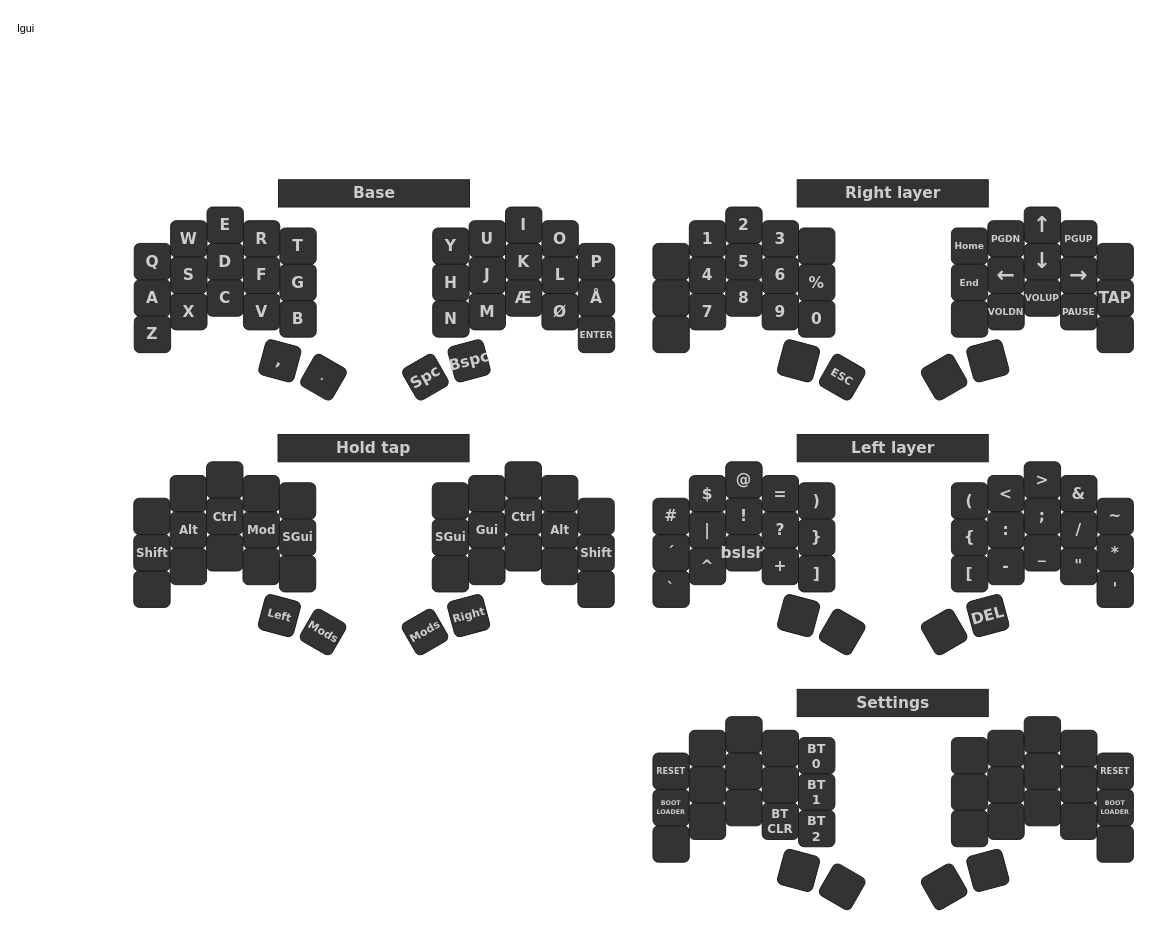
The draw.io diagram keymap.drawio in SofusA/zmk-config, before the edit. Source tidied: cells renumbered, new cells numbered last; positions are measured from the earlier drawing's top-left corner, leaving out a move shared by most shapes. Both pictures are drawn from the tidied source at 91%, with x=0, y=0 at pixel (15, 15).
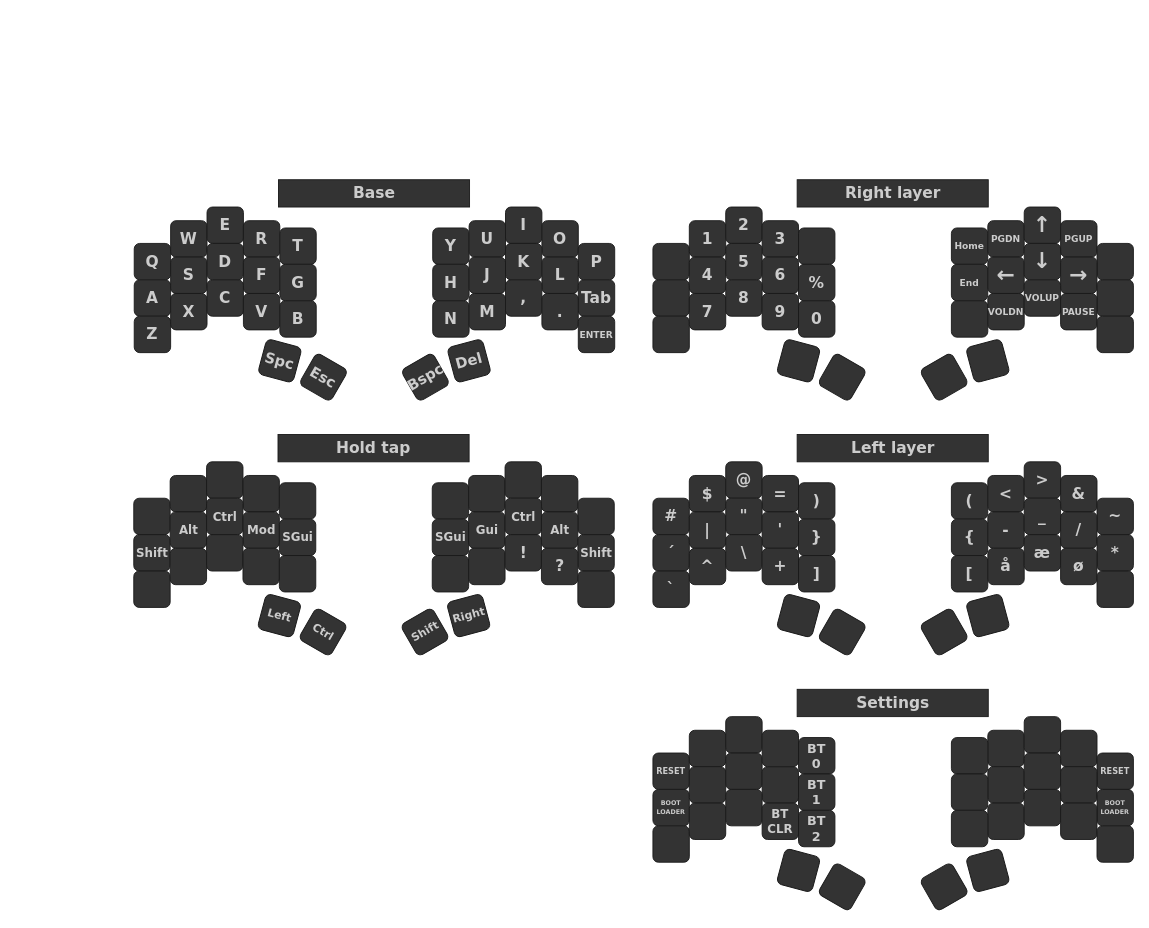
The same diagram, later.

Commit message (it also covers changes not shown here):
comma dot back

The edit, as a diff of the source:
```diff
@@
-    <mxCell id="17" value="," style="whiteSpace=wrap;html=1;rotation=15;fontSize=17;fontFamily=Verdana;fontStyle=1;fillColor=#333333;strokeColor=#1A1A1A;fontColor=#CCCCCC;rounded=1;" parent="1" vertex="1">
+    <mxCell id="17" value="Spc" style="whiteSpace=wrap;html=1;rotation=15;fontSize=16;fontFamily=Verdana;fontStyle=1;fillColor=#333333;strokeColor=#1A1A1A;fontColor=#CCCCCC;rounded=1;" parent="1" vertex="1">
       <mxGeometry x="270" y="359" width="40" height="40" as="geometry" />
     </mxCell>
-    <mxCell id="18" value="." style="whiteSpace=wrap;html=1;rotation=30;fontSize=12;fontFamily=Verdana;fontStyle=1;fontColor=#CCCCCC;fillColor=#333333;rounded=1;strokeColor=#1A1A1A;" parent="1" vertex="1">
+    <mxCell id="18" value="Esc" style="whiteSpace=wrap;html=1;rotation=30;fontSize=16;fontFamily=Verdana;fontStyle=1;fontColor=#CCCCCC;fillColor=#333333;rounded=1;strokeColor=#1A1A1A;" parent="1" vertex="1">
       <mxGeometry x="318" y="377" width="40" height="40" as="geometry" />
     </mxCell>
@@
-    <mxCell id="28" value="Å" style="whiteSpace=wrap;html=1;fontSize=17;fontFamily=Verdana;fontStyle=1;fontColor=#CCCCCC;fillColor=#333333;rounded=1;strokeColor=#1A1A1A;" parent="1" vertex="1">
+    <mxCell id="28" value="Tab" style="whiteSpace=wrap;html=1;fontSize=17;fontFamily=Verdana;fontStyle=1;fontColor=#CCCCCC;fillColor=#333333;rounded=1;strokeColor=#1A1A1A;" parent="1" vertex="1">
       <mxGeometry x="618" y="290" width="40" height="40" as="geometry" />
     </mxCell>
@@
-    <mxCell id="31" value="Æ" style="whiteSpace=wrap;html=1;fontSize=17;fontFamily=Verdana;fontStyle=1;fontColor=#CCCCCC;fillColor=#333333;rounded=1;strokeColor=#1A1A1A;" parent="1" vertex="1">
+    <mxCell id="31" value="," style="whiteSpace=wrap;html=1;fontSize=17;fontFamily=Verdana;fontStyle=1;fontColor=#CCCCCC;fillColor=#333333;rounded=1;strokeColor=#1A1A1A;" parent="1" vertex="1">
       <mxGeometry x="538" y="290" width="40" height="40" as="geometry" />
     </mxCell>
-    <mxCell id="32" value="Ø" style="whiteSpace=wrap;html=1;fontSize=17;fontFamily=Verdana;fontStyle=1;fontColor=#CCCCCC;fillColor=#333333;rounded=1;strokeColor=#1A1A1A;" parent="1" vertex="1">
+    <mxCell id="32" value="." style="whiteSpace=wrap;html=1;fontSize=17;fontFamily=Verdana;fontStyle=1;fontColor=#CCCCCC;fillColor=#333333;rounded=1;strokeColor=#1A1A1A;" parent="1" vertex="1">
       <mxGeometry x="578" y="305" width="40" height="40" as="geometry" />
     </mxCell>
@@
-    <mxCell id="34" value="Spc" style="whiteSpace=wrap;html=1;rotation=-30;fontSize=17;fontFamily=Verdana;fontStyle=1;fontColor=#CCCCCC;fillColor=#333333;rounded=1;strokeColor=#1A1A1A;" parent="1" vertex="1">
+    <mxCell id="34" value="Bspc" style="whiteSpace=wrap;html=1;rotation=-30;fontSize=16;fontFamily=Verdana;fontStyle=1;fontColor=#CCCCCC;fillColor=#333333;rounded=1;strokeColor=#1A1A1A;" parent="1" vertex="1">
       <mxGeometry x="430" y="377" width="40" height="40" as="geometry" />
     </mxCell>
-    <mxCell id="35" value="Bspc" style="whiteSpace=wrap;html=1;rotation=-15;fontSize=17;fontFamily=Verdana;fontStyle=1;fillColor=#333333;strokeColor=#1A1A1A;fontColor=#CCCCCC;rounded=1;" parent="1" vertex="1">
+    <mxCell id="35" value="Del" style="whiteSpace=wrap;html=1;rotation=-15;fontSize=16;fontFamily=Verdana;fontStyle=1;fillColor=#333333;strokeColor=#1A1A1A;fontColor=#CCCCCC;rounded=1;" parent="1" vertex="1">
       <mxGeometry x="478" y="359" width="40" height="40" as="geometry" />
     </mxCell>
@@
-    <mxCell id="89" value="ESC" style="whiteSpace=wrap;html=1;rotation=30;fontSize=12;fontFamily=Verdana;fontStyle=1;fontColor=#CCCCCC;fillColor=#333333;rounded=1;strokeColor=#1A1A1A;" parent="1" vertex="1">
+    <mxCell id="89" style="whiteSpace=wrap;html=1;rotation=30;fontSize=12;fontFamily=Verdana;fontStyle=1;fontColor=#CCCCCC;fillColor=#333333;rounded=1;strokeColor=#1A1A1A;" parent="1" vertex="1">
       <mxGeometry x="888" y="377" width="40" height="40" as="geometry" />
     </mxCell>
@@
-    <mxCell id="99" value="TAP" style="whiteSpace=wrap;html=1;fontSize=17;fontFamily=Verdana;fontStyle=1;fontColor=#CCCCCC;fillColor=#333333;rounded=1;strokeColor=#1A1A1A;" parent="1" vertex="1">
+    <mxCell id="99" style="whiteSpace=wrap;html=1;fontSize=17;fontFamily=Verdana;fontStyle=1;fontColor=#CCCCCC;fillColor=#333333;rounded=1;strokeColor=#1A1A1A;" parent="1" vertex="1">
       <mxGeometry x="1188" y="290" width="40" height="40" as="geometry" />
     </mxCell>
@@
-    <mxCell id="115" value="!" style="whiteSpace=wrap;html=1;fontSize=17;fontFamily=Verdana;fontStyle=1;fontColor=#CCCCCC;fillColor=#333333;rounded=1;strokeColor=#1A1A1A;" parent="1" vertex="1">
+    <mxCell id="115" value="&quot;" style="whiteSpace=wrap;html=1;fontSize=17;fontFamily=Verdana;fontStyle=1;fontColor=#CCCCCC;fillColor=#333333;rounded=1;strokeColor=#1A1A1A;" parent="1" vertex="1">
       <mxGeometry x="780" y="530" width="40" height="40" as="geometry" />
     </mxCell>
-    <mxCell id="116" value="?" style="whiteSpace=wrap;html=1;fontSize=17;fontFamily=Verdana;fontStyle=1;fontColor=#CCCCCC;fillColor=#333333;rounded=1;strokeColor=#1A1A1A;" parent="1" vertex="1">
+    <mxCell id="116" value="'" style="whiteSpace=wrap;html=1;fontSize=17;fontFamily=Verdana;fontStyle=1;fontColor=#CCCCCC;fillColor=#333333;rounded=1;strokeColor=#1A1A1A;" parent="1" vertex="1">
       <mxGeometry x="820" y="545" width="40" height="40" as="geometry" />
     </mxCell>
@@
-    <mxCell id="120" value="bslsh" style="whiteSpace=wrap;html=1;fontSize=17;fontFamily=Verdana;fontStyle=1;fontColor=#CCCCCC;fillColor=#333333;rounded=1;strokeColor=#1A1A1A;" parent="1" vertex="1">
+    <mxCell id="120" value="\" style="whiteSpace=wrap;html=1;fontSize=17;fontFamily=Verdana;fontStyle=1;fontColor=#CCCCCC;fillColor=#333333;rounded=1;strokeColor=#1A1A1A;" parent="1" vertex="1">
       <mxGeometry x="780" y="570" width="40" height="40" as="geometry" />
     </mxCell>
@@
-    <mxCell id="131" value=":" style="whiteSpace=wrap;html=1;fontSize=17;fontFamily=Verdana;fontStyle=1;fontColor=#CCCCCC;fillColor=#333333;rounded=1;strokeColor=#1A1A1A;" parent="1" vertex="1">
+    <mxCell id="131" value="-" style="whiteSpace=wrap;html=1;fontSize=17;fontFamily=Verdana;fontStyle=1;fontColor=#CCCCCC;fillColor=#333333;rounded=1;strokeColor=#1A1A1A;" parent="1" vertex="1">
       <mxGeometry x="1068" y="545" width="40" height="40" as="geometry" />
     </mxCell>
-    <mxCell id="132" value=";" style="whiteSpace=wrap;html=1;fontSize=17;fontFamily=Verdana;fontStyle=1;fontColor=#CCCCCC;fillColor=#333333;rounded=1;strokeColor=#1A1A1A;" parent="1" vertex="1">
+    <mxCell id="132" value="_" style="whiteSpace=wrap;html=1;fontSize=17;fontFamily=Verdana;fontStyle=1;fontColor=#CCCCCC;fillColor=#333333;rounded=1;strokeColor=#1A1A1A;" parent="1" vertex="1">
       <mxGeometry x="1108" y="530" width="40" height="40" as="geometry" />
     </mxCell>
@@
-    <mxCell id="136" value="-" style="whiteSpace=wrap;html=1;fontSize=17;fontFamily=Verdana;fontStyle=1;fontColor=#CCCCCC;fillColor=#333333;rounded=1;strokeColor=#1A1A1A;" parent="1" vertex="1">
+    <mxCell id="136" value="å" style="whiteSpace=wrap;html=1;fontSize=17;fontFamily=Verdana;fontStyle=1;fontColor=#CCCCCC;fillColor=#333333;rounded=1;strokeColor=#1A1A1A;" parent="1" vertex="1">
       <mxGeometry x="1068" y="585" width="40" height="40" as="geometry" />
     </mxCell>
-    <mxCell id="137" value="_" style="whiteSpace=wrap;html=1;fontSize=17;fontFamily=Verdana;fontStyle=1;fontColor=#CCCCCC;fillColor=#333333;rounded=1;strokeColor=#1A1A1A;" parent="1" vertex="1">
+    <mxCell id="137" value="æ" style="whiteSpace=wrap;html=1;fontSize=17;fontFamily=Verdana;fontStyle=1;fontColor=#CCCCCC;fillColor=#333333;rounded=1;strokeColor=#1A1A1A;" parent="1" vertex="1">
       <mxGeometry x="1108" y="570" width="40" height="40" as="geometry" />
     </mxCell>
-    <mxCell id="138" value="&quot;" style="whiteSpace=wrap;html=1;fontSize=17;fontFamily=Verdana;fontStyle=1;fontColor=#CCCCCC;fillColor=#333333;rounded=1;strokeColor=#1A1A1A;" parent="1" vertex="1">
+    <mxCell id="138" value="ø" style="whiteSpace=wrap;html=1;fontSize=17;fontFamily=Verdana;fontStyle=1;fontColor=#CCCCCC;fillColor=#333333;rounded=1;strokeColor=#1A1A1A;" parent="1" vertex="1">
       <mxGeometry x="1148" y="585" width="40" height="40" as="geometry" />
     </mxCell>
-    <mxCell id="139" value="'" style="whiteSpace=wrap;html=1;fontSize=17;fontFamily=Verdana;fontStyle=1;fontColor=#CCCCCC;fillColor=#333333;rounded=1;strokeColor=#1A1A1A;" parent="1" vertex="1">
+    <mxCell id="139" style="whiteSpace=wrap;html=1;fontSize=17;fontFamily=Verdana;fontStyle=1;fontColor=#CCCCCC;fillColor=#333333;rounded=1;strokeColor=#1A1A1A;" parent="1" vertex="1">
       <mxGeometry x="1188" y="610" width="40" height="40" as="geometry" />
     </mxCell>
@@
-    <mxCell id="141" value="DEL" style="whiteSpace=wrap;html=1;rotation=-15;fontSize=17;fontFamily=Verdana;fontStyle=1;fillColor=#333333;strokeColor=#1A1A1A;fontColor=#CCCCCC;rounded=1;" parent="1" vertex="1">
+    <mxCell id="141" style="whiteSpace=wrap;html=1;rotation=-15;fontSize=17;fontFamily=Verdana;fontStyle=1;fillColor=#333333;strokeColor=#1A1A1A;fontColor=#CCCCCC;rounded=1;" parent="1" vertex="1">
       <mxGeometry x="1048" y="639" width="40" height="40" as="geometry" />
     </mxCell>
@@
-    <mxCell id="159" value="Mods" style="whiteSpace=wrap;html=1;rotation=30;fontSize=12;fontFamily=Verdana;fontStyle=1;fontColor=#CCCCCC;fillColor=#333333;rounded=1;strokeColor=#1A1A1A;" parent="1" vertex="1">
+    <mxCell id="159" value="Ctrl" style="whiteSpace=wrap;html=1;rotation=30;fontSize=12;fontFamily=Verdana;fontStyle=1;fontColor=#CCCCCC;fillColor=#333333;rounded=1;strokeColor=#1A1A1A;" parent="1" vertex="1">
       <mxGeometry x="317.5" y="657" width="40" height="40" as="geometry" />
     </mxCell>
@@
-    <mxCell id="172" style="whiteSpace=wrap;html=1;fontSize=17;fontFamily=Verdana;fontStyle=1;fontColor=#CCCCCC;fillColor=#333333;rounded=1;strokeColor=#1A1A1A;" parent="1" vertex="1">
+    <mxCell id="172" value="!" style="whiteSpace=wrap;html=1;fontSize=17;fontFamily=Verdana;fontStyle=1;fontColor=#CCCCCC;fillColor=#333333;rounded=1;strokeColor=#1A1A1A;" parent="1" vertex="1">
       <mxGeometry x="537.5" y="570" width="40" height="40" as="geometry" />
     </mxCell>
-    <mxCell id="173" style="whiteSpace=wrap;html=1;fontSize=17;fontFamily=Verdana;fontStyle=1;fontColor=#CCCCCC;fillColor=#333333;rounded=1;strokeColor=#1A1A1A;" parent="1" vertex="1">
+    <mxCell id="173" value="?" style="whiteSpace=wrap;html=1;fontSize=17;fontFamily=Verdana;fontStyle=1;fontColor=#CCCCCC;fillColor=#333333;rounded=1;strokeColor=#1A1A1A;" parent="1" vertex="1">
       <mxGeometry x="577.5" y="585" width="40" height="40" as="geometry" />
     </mxCell>
@@
-    <mxCell id="175" value="Mods" style="whiteSpace=wrap;html=1;rotation=-30;fontSize=12;fontFamily=Verdana;fontStyle=1;fontColor=#CCCCCC;fillColor=#333333;rounded=1;strokeColor=#1A1A1A;" parent="1" vertex="1">
+    <mxCell id="175" value="Shift" style="whiteSpace=wrap;html=1;rotation=-30;fontSize=12;fontFamily=Verdana;fontStyle=1;fontColor=#CCCCCC;fillColor=#333333;rounded=1;strokeColor=#1A1A1A;" parent="1" vertex="1">
       <mxGeometry x="429.5" y="657" width="40" height="40" as="geometry" />
     </mxCell>
@@
-    <mxCell id="178" value="lgui" style="text;whiteSpace=wrap;" parent="1" vertex="1">
-      <mxGeometry width="50" height="40" as="geometry" />
-    </mxCell>
```
